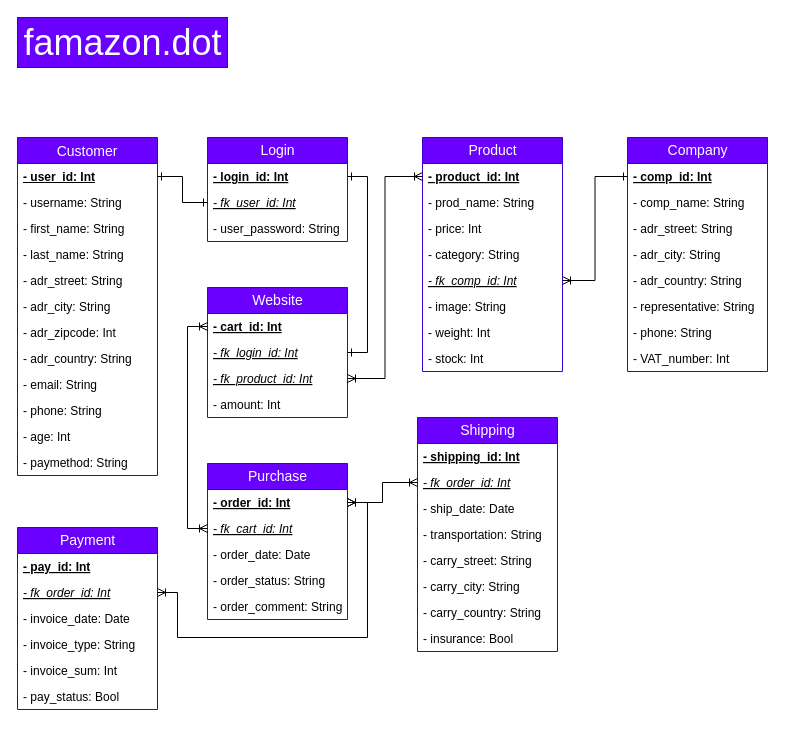
Above: famazon_db_diagrams/step3_db_UML-diagram.drawio in Senimtra/CF-CodeReview-09 (draw.io), before the change. Source tidied: cells renumbered, new cells numbered last; positions are measured from the earlier drawing's top-left corner, leaving out a move shared by most shapes. Both pictures are drawn from the tidied source at 100%, with x=0, y=0 at pixel (17, 17).
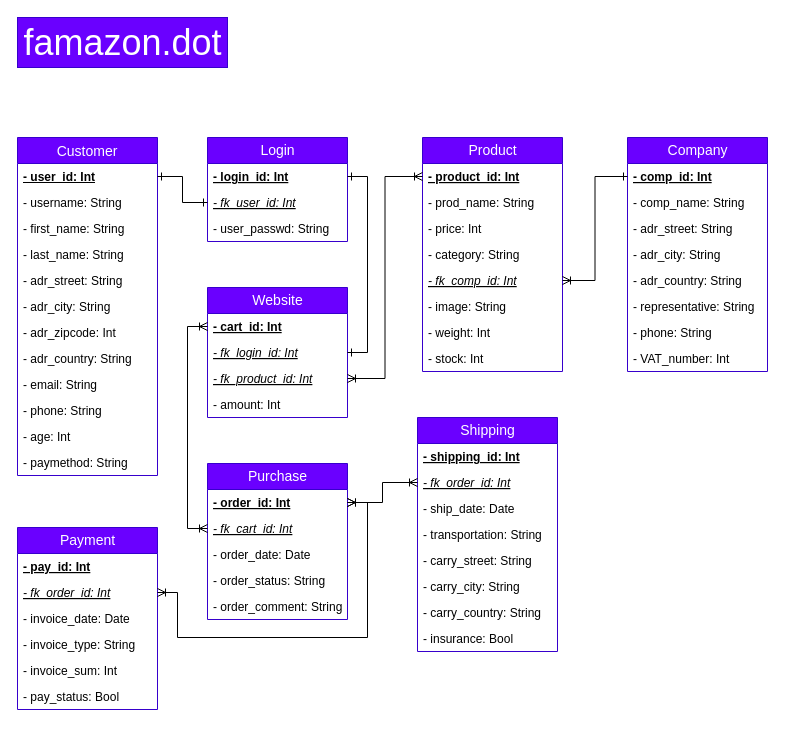
After the change.

Commit message (it also covers changes not shown here):
fill table company + carrier + category

The change refers to these unchanged cells:
```xml
<mxCell id="16" value="Login" style="swimlane;fontStyle=0;horizontal=1;startSize=26;fillColor=#6a00ff;strokeColor=#3700CC;fontSize=14;html=1;fontColor=#ffffff;" parent="1" vertex="1">
  <mxGeometry x="190" y="120" width="140" height="104" as="geometry" />
</mxCell>
```

The edit, as a diff of the source:
```diff
@@
-    <mxCell id="19" value="- user_password: String" style="text;strokeColor=none;fillColor=none;align=left;verticalAlign=top;spacingLeft=4;spacingRight=4;overflow=hidden;" parent="16" vertex="1">
+    <mxCell id="19" value="- user_passwd: String" style="text;strokeColor=none;fillColor=none;align=left;verticalAlign=top;spacingLeft=4;spacingRight=4;overflow=hidden;" parent="16" vertex="1">
       <mxGeometry y="78" width="140" height="26" as="geometry" />
     </mxCell>
```
